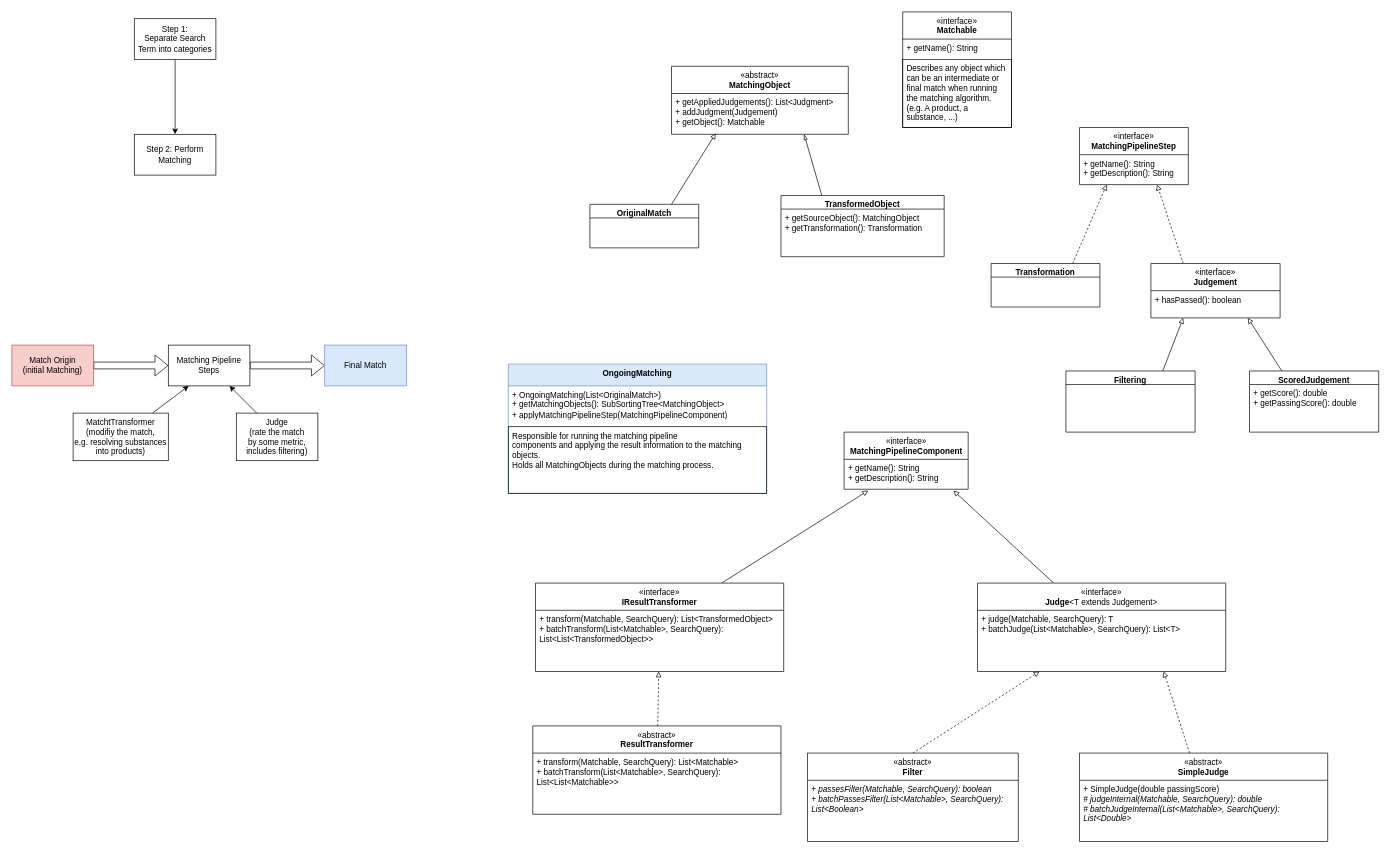
This is doc/Unstructured Structure Planning.drawio from medizininformatik-initiative/Medication-Graph-FHIR-Converter, a draw.io file, before an edit. Source tidied: cells renumbered, new cells numbered last; positions are measured from the earlier drawing's top-left corner, leaving out a move shared by most shapes. Both pictures are drawn from the tidied source at 68%, with x=0, y=0 at pixel (12, 12).
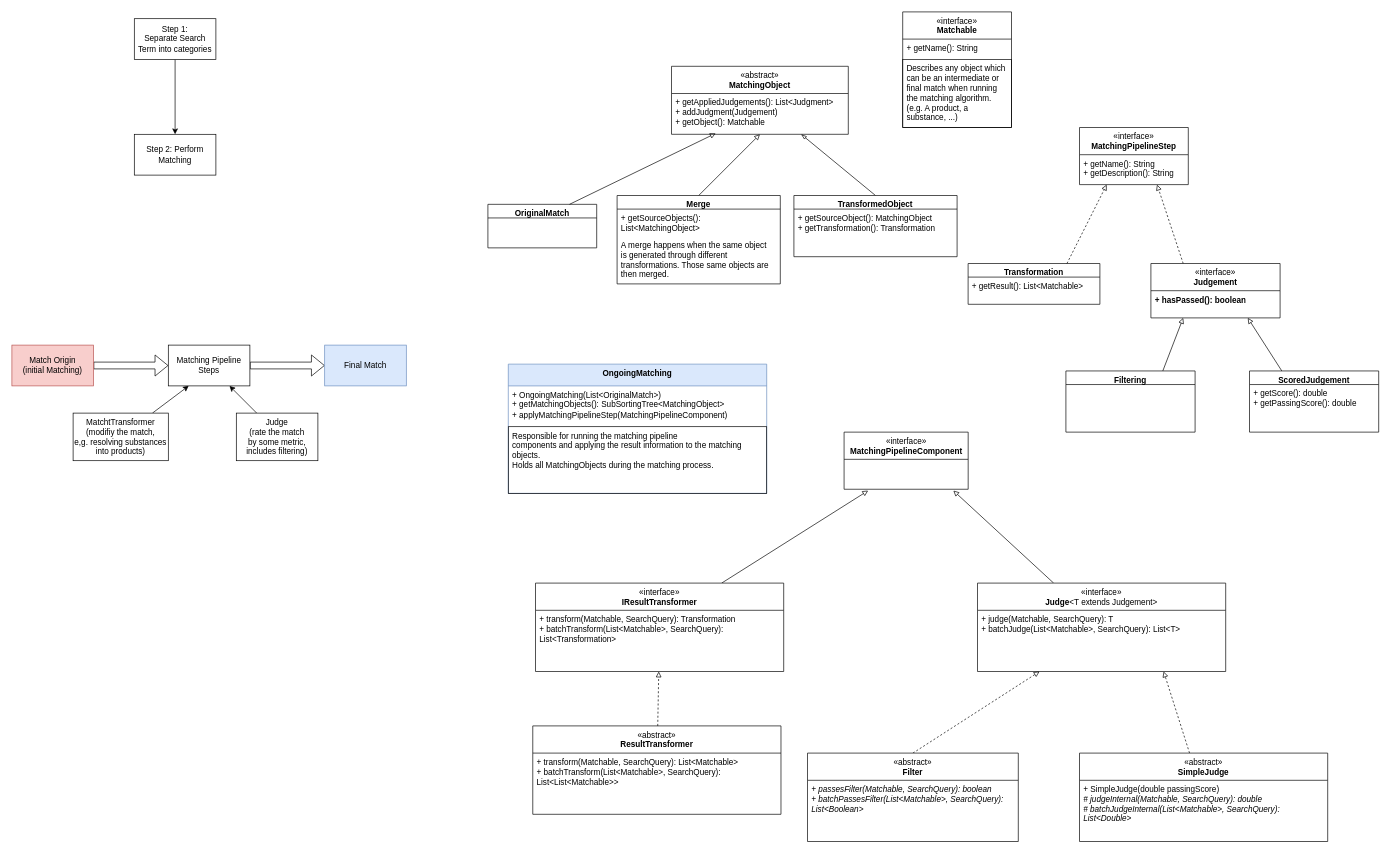
After the change.

Unchanged cells that the change refers to:
```xml
<mxCell id="18" value="&lt;span style=&quot;font-weight: normal;&quot;&gt;«abstract»&lt;/span&gt;&lt;br&gt;MatchingObject" style="swimlane;fontStyle=1;align=center;verticalAlign=top;horizontal=1;startSize=40;whiteSpace=wrap;html=1;" parent="1" vertex="1">
  <mxGeometry x="970" y="80" width="260" height="100" as="geometry" />
</mxCell>
<mxCell id="20" value="&lt;div&gt;&lt;span style=&quot;font-weight: normal;&quot;&gt;«interface»&lt;/span&gt;&lt;br&gt;Judgement&lt;/div&gt;" style="swimlane;fontStyle=1;align=center;verticalAlign=top;horizontal=1;startSize=40;whiteSpace=wrap;html=1;" parent="1" vertex="1">
  <mxGeometry x="1675" y="370" width="190" height="80" as="geometry" />
</mxCell>
<mxCell id="37" value="&lt;span style=&quot;font-weight: normal;&quot;&gt;«interface»&lt;/span&gt;&lt;br&gt;Judge&lt;span style=&quot;font-weight: normal;&quot;&gt;&amp;lt;T extends Judgement&amp;gt;&lt;br&gt;&lt;/span&gt;" style="swimlane;fontStyle=1;align=center;verticalAlign=top;horizontal=1;startSize=40;whiteSpace=wrap;html=1;" parent="1" vertex="1">
  <mxGeometry x="1420" y="840" width="365" height="130" as="geometry" />
</mxCell>
<mxCell id="40" value="&lt;span style=&quot;font-weight: normal;&quot;&gt;«interface»&lt;/span&gt;&lt;br&gt;IResultTransformer" style="swimlane;fontStyle=1;align=center;verticalAlign=top;horizontal=1;startSize=40;whiteSpace=wrap;html=1;" parent="1" vertex="1">
  <mxGeometry x="770" y="840" width="365" height="130" as="geometry" />
</mxCell>
<mxCell id="48" value="&lt;span style=&quot;font-weight: normal;&quot;&gt;«interface»&lt;/span&gt;&lt;br&gt;&lt;b&gt;MatchingPipelineComponent&lt;/b&gt;" style="swimlane;fontStyle=1;align=center;verticalAlign=top;horizontal=1;startSize=40;whiteSpace=wrap;html=1;" parent="1" vertex="1">
  <mxGeometry x="1223.8" y="618" width="182.5" height="84" as="geometry" />
</mxCell>
```

What changed in the source:
```diff
@@
     <mxCell id="17" value="Transformation" style="swimlane;fontStyle=1;align=center;verticalAlign=top;horizontal=1;startSize=20;whiteSpace=wrap;html=1;" parent="1" vertex="1">
-      <mxGeometry x="1440" y="370" width="160" height="64" as="geometry" />
+      <mxGeometry x="1406.2" y="370" width="193.8" height="60" as="geometry" />
     </mxCell>
+    <mxCell id="56" value="+ getResult(): List&amp;lt;Matchable&amp;gt;" style="text;strokeColor=none;fillColor=none;align=left;verticalAlign=top;spacingLeft=4;spacingRight=4;overflow=hidden;whiteSpace=wrap;html=1;" parent="17" vertex="1">
+      <mxGeometry y="20" width="193.8" height="40" as="geometry" />
+    </mxCell>
@@
-    <mxCell id="21" value="+ hasPassed(): boolean" style="text;strokeColor=none;fillColor=none;align=left;verticalAlign=top;spacingLeft=4;spacingRight=4;overflow=hidden;whiteSpace=wrap;html=1;" parent="20" vertex="1">
+    <mxCell id="21" value="+ hasPassed(): boolean" style="text;strokeColor=none;fillColor=none;align=left;verticalAlign=top;spacingLeft=4;spacingRight=4;overflow=hidden;whiteSpace=wrap;html=1;fontStyle=1;" parent="20" vertex="1">
       <mxGeometry y="40" width="190" height="40" as="geometry" />
     </mxCell>
@@
     <mxCell id="28" value="OriginalMatch" style="swimlane;fontStyle=1;align=center;verticalAlign=top;horizontal=1;startSize=20;whiteSpace=wrap;html=1;" parent="1" vertex="1">
-      <mxGeometry x="850" y="283" width="160" height="64" as="geometry" />
+      <mxGeometry x="700" y="283" width="160" height="64" as="geometry" />
     </mxCell>
-    <mxCell id="29" style="rounded=0;jettySize=auto;html=1;exitX=0.25;exitY=0;exitDx=0;exitDy=0;entryX=0.75;entryY=1;entryDx=0;entryDy=0;endArrow=blockThin;endFill=0;" parent="1" edge="1" source="30" target="18">
+    <mxCell id="29" style="rounded=0;jettySize=auto;html=1;exitX=0.5;exitY=0;exitDx=0;exitDy=0;endArrow=blockThin;endFill=0;" parent="1" edge="1" source="30" target="18">
       <mxGeometry relative="1" as="geometry" />
     </mxCell>
     <mxCell id="30" value="TransformedObject" style="swimlane;fontStyle=1;align=center;verticalAlign=top;horizontal=1;startSize=20;whiteSpace=wrap;html=1;" parent="1" vertex="1">
-      <mxGeometry x="1131" y="270" width="240" height="90" as="geometry" />
+      <mxGeometry x="1150" y="270" width="240" height="90" as="geometry" />
     </mxCell>
@@
-    <mxCell id="36" style="rounded=0;jettySize=auto;html=1;entryX=0.881;entryY=1.045;entryDx=0;entryDy=0;endArrow=block;endFill=0;entryPerimeter=0;" parent="1" edge="1" source="37" target="49">
-      <mxGeometry relative="1" as="geometry" />
+    <mxCell id="36" style="rounded=0;jettySize=auto;html=1;entryX=0.881;entryY=1.045;entryDx=0;entryDy=0;endArrow=block;endFill=0;entryPerimeter=0;" parent="1" edge="1" source="37">
+      <mxGeometry relative="1" as="geometry">
+        <mxPoint x="1384.5" y="704" as="targetPoint" />
+      </mxGeometry>
     </mxCell>
@@
-    <mxCell id="39" style="rounded=0;jettySize=auto;html=1;exitX=0.75;exitY=0;exitDx=0;exitDy=0;entryX=0.194;entryY=1.045;entryDx=0;entryDy=0;endArrow=block;endFill=0;entryPerimeter=0;" parent="1" edge="1" source="40" target="49">
-      <mxGeometry relative="1" as="geometry" />
+    <mxCell id="39" style="rounded=0;jettySize=auto;html=1;exitX=0.75;exitY=0;exitDx=0;exitDy=0;entryX=0.194;entryY=1.045;entryDx=0;entryDy=0;endArrow=block;endFill=0;entryPerimeter=0;" parent="1" edge="1" source="40">
+      <mxGeometry relative="1" as="geometry">
+        <mxPoint x="1259.2" y="704" as="targetPoint" />
+      </mxGeometry>
     </mxCell>
@@
-    <mxCell id="41" value="&lt;div&gt;+ transform(Matchable, SearchQuery): List&amp;lt;TransformedObject&amp;gt;&lt;br&gt;&lt;/div&gt;&lt;div&gt;+ batchTransform(List&amp;lt;Matchable&amp;gt;, SearchQuery): List&amp;lt;List&amp;lt;TransformedObject&amp;gt;&amp;gt;&lt;br&gt;&lt;/div&gt;" style="text;strokeColor=none;fillColor=none;align=left;verticalAlign=top;spacingLeft=4;spacingRight=4;overflow=hidden;whiteSpace=wrap;html=1;" parent="40" vertex="1">
+    <mxCell id="41" value="&lt;div&gt;+ transform(Matchable, SearchQuery): Transformation&lt;br&gt;&lt;/div&gt;&lt;div&gt;+ batchTransform(List&amp;lt;Matchable&amp;gt;, SearchQuery): List&amp;lt;Transformation&amp;gt;&lt;br&gt;&lt;/div&gt;" style="text;strokeColor=none;fillColor=none;align=left;verticalAlign=top;spacingLeft=4;spacingRight=4;overflow=hidden;whiteSpace=wrap;html=1;" parent="40" vertex="1">
       <mxGeometry y="40" width="365" height="90" as="geometry" />
     </mxCell>
@@
-    <mxCell id="49" value="&lt;div&gt;+ getName(): String&lt;/div&gt;&lt;div&gt;+ getDescription(): String&lt;br&gt;&lt;/div&gt;" style="text;strokeColor=none;fillColor=none;align=left;verticalAlign=top;spacingLeft=4;spacingRight=4;overflow=hidden;points=[[0,0.5],[1,0.5]];portConstraint=eastwest;whiteSpace=wrap;html=1;" parent="48" vertex="1">
-      <mxGeometry y="40" width="182.5" height="44" as="geometry" />
-    </mxCell>
@@
+    <mxCell id="57" style="rounded=0;jettySize=auto;html=1;exitX=0.5;exitY=0;exitDx=0;exitDy=0;entryX=0.5;entryY=1;entryDx=0;entryDy=0;endArrow=block;endFill=0;" parent="1" edge="1" source="58" target="18">
+      <mxGeometry relative="1" as="geometry" />
+    </mxCell>
+    <mxCell id="58" value="Merge" style="swimlane;fontStyle=1;align=center;verticalAlign=top;horizontal=1;startSize=20;whiteSpace=wrap;html=1;" parent="1" vertex="1">
+      <mxGeometry x="890" y="270" width="240" height="130" as="geometry" />
+    </mxCell>
+    <mxCell id="59" value="+ getSourceObjects(): List&amp;lt;MatchingObject&amp;gt;" style="text;strokeColor=none;fillColor=none;align=left;verticalAlign=top;spacingLeft=4;spacingRight=4;overflow=hidden;whiteSpace=wrap;html=1;" parent="58" vertex="1">
+      <mxGeometry y="20" width="240" height="40" as="geometry" />
+    </mxCell>
+    <mxCell id="60" value="&lt;div&gt;A merge happens when the same object&lt;/div&gt;&lt;div&gt;is generated through different transformations. Those same objects are then merged.&lt;br&gt;&lt;/div&gt;" style="text;strokeColor=none;fillColor=none;align=left;verticalAlign=top;spacingLeft=4;spacingRight=4;overflow=hidden;whiteSpace=wrap;html=1;" parent="58" vertex="1">
+      <mxGeometry y="60" width="240" height="70" as="geometry" />
+    </mxCell>
```
